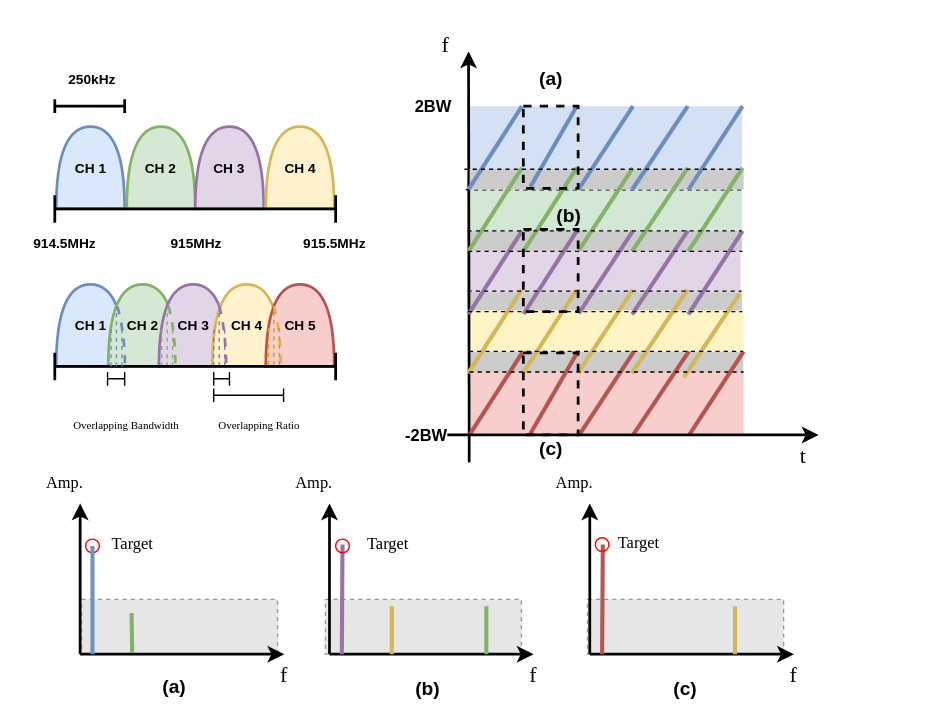
Haowang2020/draw keeps this draw.io diagram as fig1 （新版）.drawio. Above is the earlier version. Source tidied: cells renumbered, new cells numbered last; positions are measured from the earlier drawing's top-left corner, leaving out a move shared by most shapes. Both pictures are drawn from the tidied source at 137%, with x=0, y=0 at pixel (23, 23). Pictures stored in the file or linked from it are replaced by grey dashed boxes.
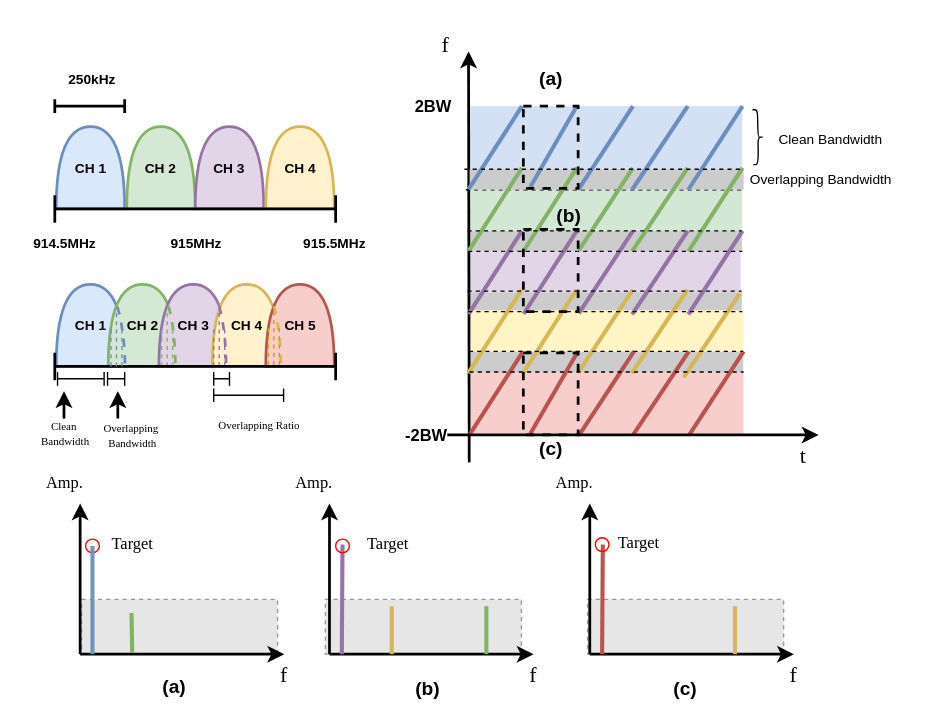
The same page after the edit.

Unchanged cells that the change refers to:
```xml
<mxCell id="18" style="group;strokeColor=none;" parent="1" vertex="1">
  <mxGeometry x="284.5" y="20" width="295.5" height="320" as="geometry" />
</mxCell>
<mxCell id="108" style="group;" parent="1" vertex="1">
  <mxGeometry x="22.5" y="190" width="205" height="78" as="geometry" />
</mxCell>
```

The edit, as a diff of the source:
```diff
@@
+    <mxCell id="145" style="shape=curlyBracket;whiteSpace=wrap;html=1;rounded=1;labelPosition=left;verticalLabelPosition=middle;align=right;verticalAlign=middle;rotation=-181;" parent="18" vertex="1">
+      <mxGeometry x="247.5" y="42.6" width="7.5" height="40" as="geometry" />
+    </mxCell>
@@
-    <mxCell id="107" value="&lt;font style=&quot;font-size: 8px;&quot; face=&quot;Times New Roman&quot;&gt;Overlapping Bandwidth&lt;/font&gt;" style="text;strokeColor=none;align=center;fillColor=none;html=1;verticalAlign=middle;whiteSpace=wrap;rounded=0;" parent="1" vertex="1">
-      <mxGeometry x="30" y="284" width="90" height="16" as="geometry" />
+    <mxCell id="107" value="&lt;font style=&quot;font-size: 8px;&quot; face=&quot;Times New Roman&quot;&gt;Overlapping&amp;nbsp;&lt;/font&gt;&lt;div style=&quot;line-height: 50%;&quot;&gt;&lt;font style=&quot;font-size: 8px;&quot; face=&quot;Times New Roman&quot;&gt;Bandwidth&lt;/font&gt;&lt;/div&gt;" style="text;strokeColor=none;align=center;fillColor=none;html=1;verticalAlign=middle;whiteSpace=wrap;rounded=0;" parent="1" vertex="1">
+      <mxGeometry x="52" y="290" width="54.5" height="16" as="geometry" />
     </mxCell>
@@
+    <mxCell id="146" style="shape=crossbar;whiteSpace=wrap;html=1;rounded=1;strokeWidth=1;" parent="108" vertex="1">
+      <mxGeometry x="2" y="64" width="34" height="10" as="geometry" />
+    </mxCell>
@@
+    <mxCell id="147" value="&lt;font size=&quot;1&quot; face=&quot;Helvetica&quot; style=&quot;&quot;&gt;&lt;span style=&quot;font-size: 10px;&quot;&gt;Clean Bandwidth&lt;/span&gt;&lt;/font&gt;" style="text;strokeColor=none;align=center;fillColor=none;html=1;verticalAlign=middle;whiteSpace=wrap;rounded=0;" parent="1" vertex="1">
+      <mxGeometry x="528.5" y="75.5" width="120" height="16" as="geometry" />
+    </mxCell>
+    <mxCell id="148" value="&lt;font face=&quot;Helvetica&quot; style=&quot;font-size: 10px;&quot;&gt;Overlapping Bandwidth&lt;/font&gt;" style="text;strokeColor=none;align=center;fillColor=none;html=1;verticalAlign=middle;whiteSpace=wrap;rounded=0;" parent="1" vertex="1">
+      <mxGeometry x="521.5" y="105" width="120" height="16" as="geometry" />
+    </mxCell>
+    <mxCell id="149" style="endArrow=classic;html=1;rounded=0;strokeWidth=2;" parent="1" edge="1">
+      <mxGeometry relative="1" as="geometry">
+        <mxPoint x="68.5" y="288" as="sourcePoint" />
+        <mxPoint x="68.5" y="268" as="targetPoint" />
+        <Array as="points">
+          <mxPoint x="68.5" y="278" />
+        </Array>
+      </mxGeometry>
+    </mxCell>
+    <mxCell id="150" value="&lt;font style=&quot;font-size: 8px;&quot; face=&quot;Times New Roman&quot;&gt;Clean&amp;nbsp;&lt;/font&gt;&lt;div style=&quot;line-height: 50%;&quot;&gt;&lt;font style=&quot;font-size: 8px;&quot; face=&quot;Times New Roman&quot;&gt;Bandwidth&lt;/font&gt;&lt;/div&gt;" style="text;strokeColor=none;align=center;fillColor=none;html=1;verticalAlign=middle;whiteSpace=wrap;rounded=0;" parent="1" vertex="1">
+      <mxGeometry x="2.8" y="289" width="54.5" height="16" as="geometry" />
+    </mxCell>
+    <mxCell id="151" style="endArrow=classic;html=1;rounded=0;strokeWidth=2;" parent="1" edge="1">
+      <mxGeometry relative="1" as="geometry">
+        <mxPoint x="29.2" y="288" as="sourcePoint" />
+        <mxPoint x="29.2" y="268" as="targetPoint" />
+        <Array as="points">
+          <mxPoint x="29.2" y="278" />
+        </Array>
+      </mxGeometry>
+    </mxCell>
```
